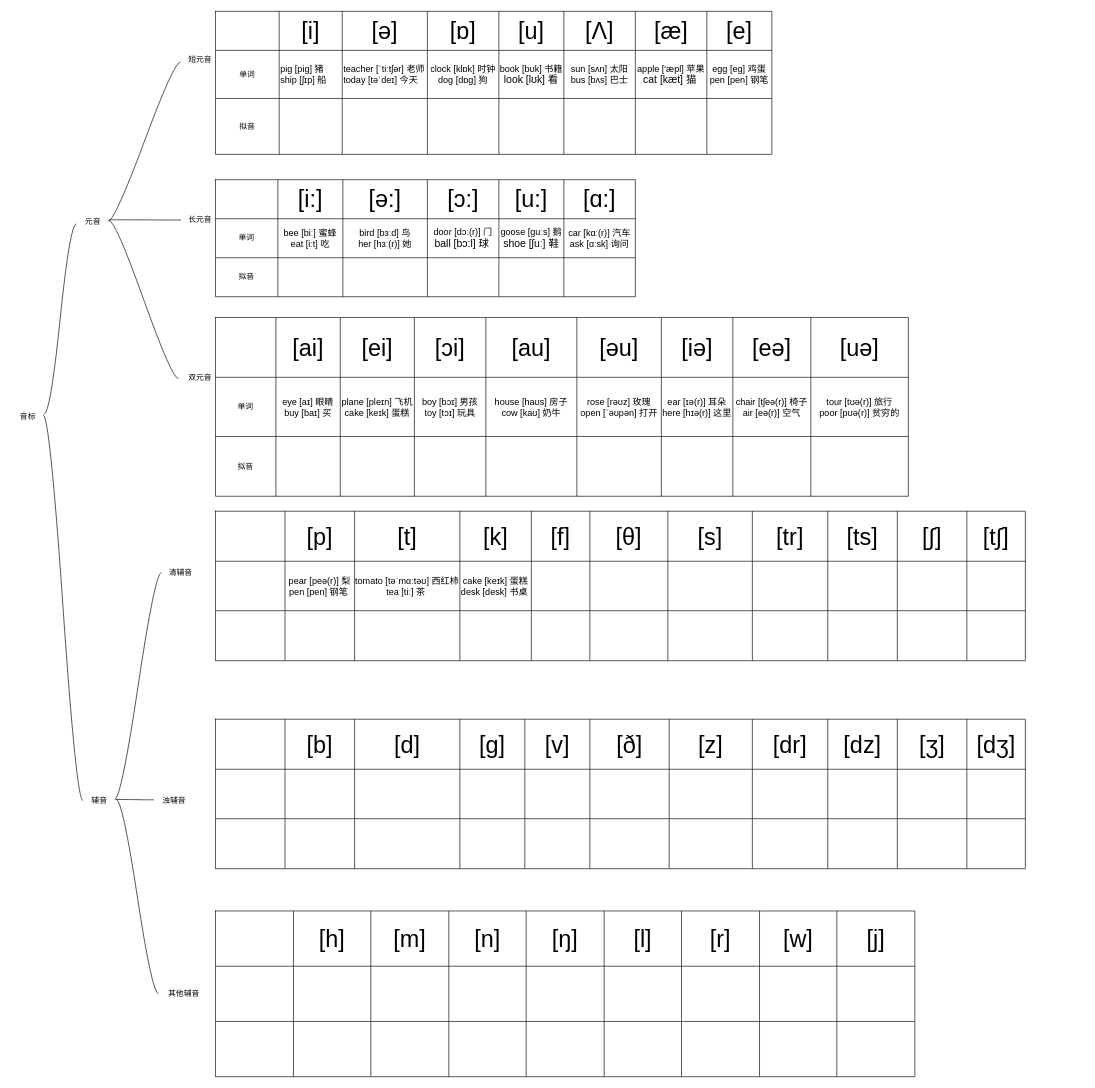
This is page "第 2 页" (2 of 2) of 未命名表单.drawio from gituserc123/HelloWorld, a draw.io file, before an edit. Source tidied: cells renumbered, new cells numbered last; positions are measured from the earlier drawing's top-left corner, leaving out a move shared by most shapes. Both pictures are drawn from the tidied source at 65%, with x=0, y=0 at pixel (11, 11).
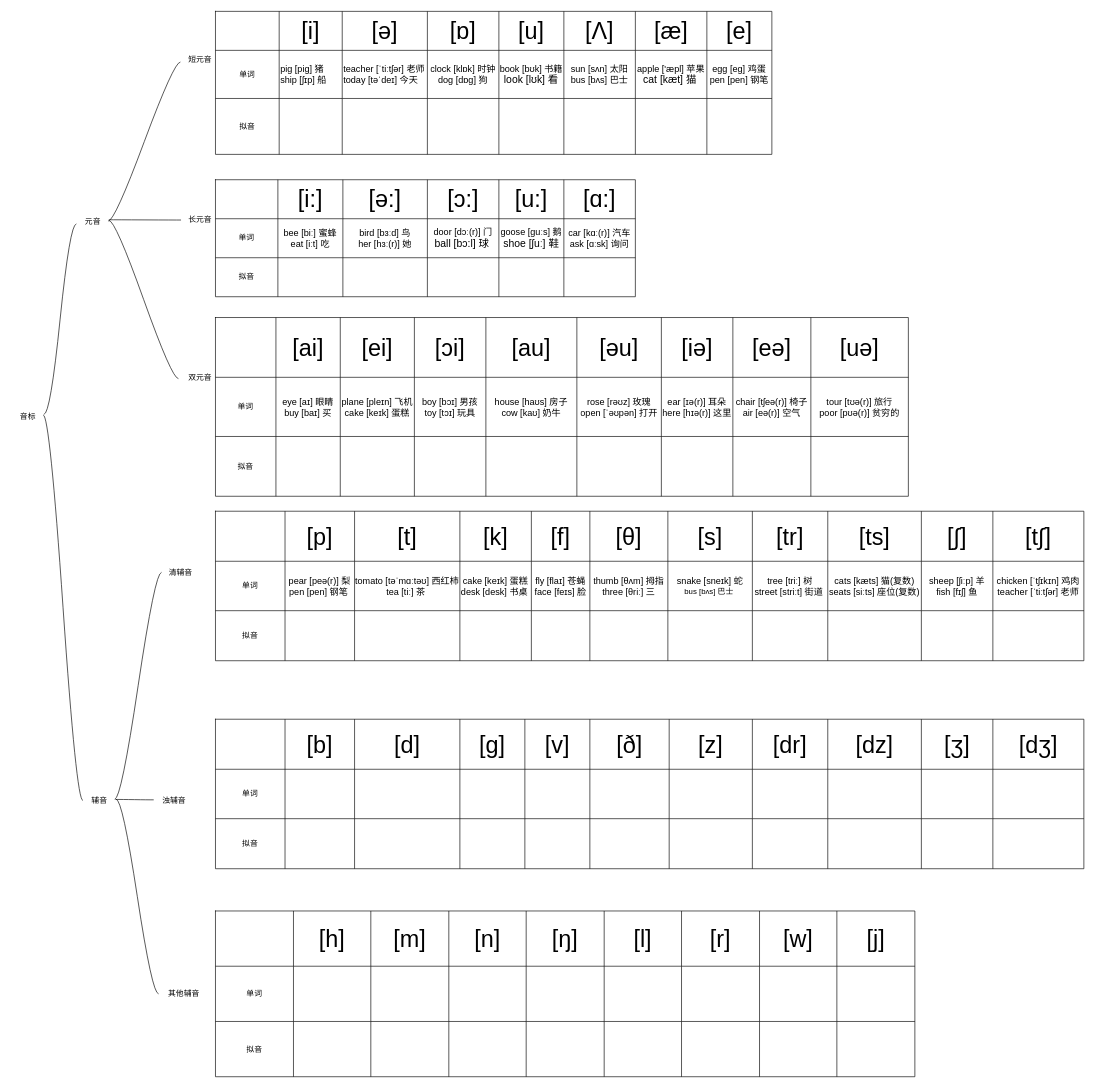
After the change.

Commit message (it also covers changes not shown here):
更新未命名表单.drawio

Unchanged cells that the change refers to:
```xml
<mxCell id="185" style="shape=tableRow;horizontal=0;startSize=0;swimlaneHead=0;swimlaneBody=0;strokeColor=inherit;top=0;left=0;bottom=0;right=0;fillColor=none;" parent="174" vertex="1">
  <mxGeometry y="85" width="1076" height="85" as="geometry" />
</mxCell>
<mxCell id="195" style="shape=tableRow;horizontal=0;startSize=0;swimlaneHead=0;swimlaneBody=0;strokeColor=inherit;top=0;left=0;bottom=0;right=0;fillColor=none;" parent="174" vertex="1">
  <mxGeometry y="170" width="1076" height="85" as="geometry" />
</mxCell>
```

What changed in the source:
```diff
@@
     <mxCell id="95" style="shape=table;startSize=0;childLayout=tableLayout;" parent="1" vertex="1">
-      <mxGeometry x="314" y="769" width="1246" height="230" as="geometry" />
+      <mxGeometry x="314" y="769" width="1336" height="230" as="geometry" />
     </mxCell>
     <mxCell id="96" style="shape=tableRow;horizontal=0;startSize=0;swimlaneHead=0;swimlaneBody=0;strokeColor=inherit;top=0;left=0;bottom=0;right=0;fillColor=none;" parent="95" vertex="1">
-      <mxGeometry width="1246" height="77" as="geometry" />
+      <mxGeometry width="1336" height="77" as="geometry" />
     </mxCell>
@@
     <mxCell id="105" value="&lt;font style=&quot;font-size: 36px;&quot;&gt;[ts]&lt;/font&gt;" style="shape=partialRectangle;html=1;whiteSpace=wrap;strokeColor=inherit;overflow=hidden;fillColor=none;top=0;left=0;bottom=0;right=0;" parent="96" vertex="1">
-      <mxGeometry x="942" width="107" height="77" as="geometry" />
+      <mxGeometry x="942" width="144" height="77" as="geometry" />
     </mxCell>
     <mxCell id="106" value="&lt;font style=&quot;font-size: 36px;&quot;&gt;[∫]&lt;/font&gt;" style="shape=partialRectangle;html=1;whiteSpace=wrap;strokeColor=inherit;overflow=hidden;fillColor=none;top=0;left=0;bottom=0;right=0;" parent="96" vertex="1">
-      <mxGeometry x="1049" width="107" height="77" as="geometry" />
+      <mxGeometry x="1086" width="110" height="77" as="geometry" />
     </mxCell>
     <mxCell id="107" value="&lt;font style=&quot;font-size: 36px;&quot;&gt;[t∫]&lt;/font&gt;" style="shape=partialRectangle;html=1;whiteSpace=wrap;strokeColor=inherit;overflow=hidden;fillColor=none;top=0;left=0;bottom=0;right=0;" parent="96" vertex="1">
-      <mxGeometry x="1156" width="90" height="77" as="geometry" />
+      <mxGeometry x="1196" width="140" height="77" as="geometry" />
     </mxCell>
     <mxCell id="108" style="shape=tableRow;horizontal=0;startSize=0;swimlaneHead=0;swimlaneBody=0;strokeColor=inherit;top=0;left=0;bottom=0;right=0;fillColor=none;" parent="95" vertex="1">
-      <mxGeometry y="77" width="1246" height="76" as="geometry" />
+      <mxGeometry y="77" width="1336" height="76" as="geometry" />
     </mxCell>
-    <mxCell id="109" style="shape=partialRectangle;html=1;whiteSpace=wrap;strokeColor=inherit;overflow=hidden;fillColor=none;top=0;left=0;bottom=0;right=0;" parent="108" vertex="1">
+    <mxCell id="109" value="单词" style="shape=partialRectangle;html=1;whiteSpace=wrap;strokeColor=inherit;overflow=hidden;fillColor=none;top=0;left=0;bottom=0;right=0;" parent="108" vertex="1">
       <mxGeometry width="107" height="76" as="geometry" />
     </mxCell>
@@
-    <mxCell id="113" style="shape=partialRectangle;html=1;whiteSpace=wrap;strokeColor=inherit;overflow=hidden;fillColor=none;top=0;left=0;bottom=0;right=0;" parent="108" vertex="1">
+    <mxCell id="113" value="&lt;div&gt;&lt;font style=&quot;font-size: 14px;&quot;&gt;fly [flaɪ] 苍蝇&lt;/font&gt;&lt;/div&gt;&lt;div&gt;&lt;font style=&quot;font-size: 14px;&quot;&gt;face [feɪs] 脸&lt;/font&gt;&lt;/div&gt;" style="shape=partialRectangle;html=1;whiteSpace=wrap;strokeColor=inherit;overflow=hidden;fillColor=none;top=0;left=0;bottom=0;right=0;" parent="108" vertex="1">
       <mxGeometry x="486" width="90" height="76" as="geometry" />
     </mxCell>
-    <mxCell id="114" style="shape=partialRectangle;html=1;whiteSpace=wrap;strokeColor=inherit;overflow=hidden;fillColor=none;top=0;left=0;bottom=0;right=0;" parent="108" vertex="1">
+    <mxCell id="114" value="&lt;div&gt;&lt;font style=&quot;font-size: 14px;&quot;&gt;thumb [θʌm] 拇指&lt;/font&gt;&lt;/div&gt;&lt;div&gt;&lt;font style=&quot;font-size: 14px;&quot;&gt;three [θriː] 三&lt;/font&gt;&lt;/div&gt;" style="shape=partialRectangle;html=1;whiteSpace=wrap;strokeColor=inherit;overflow=hidden;fillColor=none;top=0;left=0;bottom=0;right=0;" parent="108" vertex="1">
       <mxGeometry x="576" width="120" height="76" as="geometry" />
     </mxCell>
-    <mxCell id="115" style="shape=partialRectangle;html=1;whiteSpace=wrap;strokeColor=inherit;overflow=hidden;fillColor=none;top=0;left=0;bottom=0;right=0;" parent="108" vertex="1">
+    <mxCell id="115" value="&lt;div&gt;&lt;font style=&quot;font-size: 14px;&quot;&gt;snake [sneɪk] 蛇&lt;/font&gt;&lt;/div&gt;&lt;div&gt;bus [bʌs] 巴士&amp;nbsp;&lt;/div&gt;" style="shape=partialRectangle;html=1;whiteSpace=wrap;strokeColor=inherit;overflow=hidden;fillColor=none;top=0;left=0;bottom=0;right=0;" parent="108" vertex="1">
       <mxGeometry x="696" width="130" height="76" as="geometry" />
     </mxCell>
-    <mxCell id="116" style="shape=partialRectangle;html=1;whiteSpace=wrap;strokeColor=inherit;overflow=hidden;fillColor=none;top=0;left=0;bottom=0;right=0;" parent="108" vertex="1">
+    <mxCell id="116" value="&lt;div&gt;&lt;font style=&quot;font-size: 14px;&quot;&gt;tree [triː] 树&lt;/font&gt;&lt;/div&gt;&lt;div&gt;&lt;font style=&quot;font-size: 14px;&quot;&gt;street [striːt] 街道&lt;/font&gt;&amp;nbsp;&lt;/div&gt;" style="shape=partialRectangle;html=1;whiteSpace=wrap;strokeColor=inherit;overflow=hidden;fillColor=none;top=0;left=0;bottom=0;right=0;" parent="108" vertex="1">
       <mxGeometry x="826" width="116" height="76" as="geometry" />
     </mxCell>
-    <mxCell id="117" style="shape=partialRectangle;html=1;whiteSpace=wrap;strokeColor=inherit;overflow=hidden;fillColor=none;top=0;left=0;bottom=0;right=0;" parent="108" vertex="1">
-      <mxGeometry x="942" width="107" height="76" as="geometry" />
+    <mxCell id="117" value="&lt;div&gt;&lt;font style=&quot;font-size: 14px;&quot;&gt;cats [kæts] 猫(复数)&lt;/font&gt;&lt;/div&gt;&lt;div&gt;&lt;font style=&quot;font-size: 14px;&quot;&gt;seats [siːts] 座位(复数)&lt;/font&gt;&lt;/div&gt;" style="shape=partialRectangle;html=1;whiteSpace=wrap;strokeColor=inherit;overflow=hidden;fillColor=none;top=0;left=0;bottom=0;right=0;" parent="108" vertex="1">
+      <mxGeometry x="942" width="144" height="76" as="geometry" />
     </mxCell>
-    <mxCell id="118" style="shape=partialRectangle;html=1;whiteSpace=wrap;strokeColor=inherit;overflow=hidden;fillColor=none;top=0;left=0;bottom=0;right=0;" parent="108" vertex="1">
-      <mxGeometry x="1049" width="107" height="76" as="geometry" />
+    <mxCell id="118" value="&lt;div&gt;&lt;font style=&quot;font-size: 14px;&quot;&gt;sheep [ʃiːp] 羊&lt;/font&gt;&lt;/div&gt;&lt;div&gt;&lt;font style=&quot;font-size: 14px;&quot;&gt;fish [fɪʃ] 鱼&lt;/font&gt;&lt;/div&gt;" style="shape=partialRectangle;html=1;whiteSpace=wrap;strokeColor=inherit;overflow=hidden;fillColor=none;top=0;left=0;bottom=0;right=0;" parent="108" vertex="1">
+      <mxGeometry x="1086" width="110" height="76" as="geometry" />
     </mxCell>
-    <mxCell id="119" style="shape=partialRectangle;html=1;whiteSpace=wrap;strokeColor=inherit;overflow=hidden;fillColor=none;top=0;left=0;bottom=0;right=0;" parent="108" vertex="1">
-      <mxGeometry x="1156" width="90" height="76" as="geometry" />
+    <mxCell id="119" value="&lt;div&gt;&lt;font style=&quot;font-size: 14px;&quot;&gt;chicken [ˈtʃɪkɪn] 鸡肉&lt;/font&gt;&lt;/div&gt;&lt;div&gt;&lt;font style=&quot;font-size: 14px;&quot;&gt;teacher [ˈtiːtʃər] 老师&lt;/font&gt;&lt;/div&gt;" style="shape=partialRectangle;html=1;whiteSpace=wrap;strokeColor=inherit;overflow=hidden;fillColor=none;top=0;left=0;bottom=0;right=0;" parent="108" vertex="1">
+      <mxGeometry x="1196" width="140" height="76" as="geometry" />
     </mxCell>
     <mxCell id="120" style="shape=tableRow;horizontal=0;startSize=0;swimlaneHead=0;swimlaneBody=0;strokeColor=inherit;top=0;left=0;bottom=0;right=0;fillColor=none;" parent="95" vertex="1">
-      <mxGeometry y="153" width="1246" height="77" as="geometry" />
+      <mxGeometry y="153" width="1336" height="77" as="geometry" />
     </mxCell>
-    <mxCell id="121" style="shape=partialRectangle;html=1;whiteSpace=wrap;strokeColor=inherit;overflow=hidden;fillColor=none;top=0;left=0;bottom=0;right=0;" parent="120" vertex="1">
+    <mxCell id="121" value="拟音" style="shape=partialRectangle;html=1;whiteSpace=wrap;strokeColor=inherit;overflow=hidden;fillColor=none;top=0;left=0;bottom=0;right=0;" parent="120" vertex="1">
       <mxGeometry width="107" height="77" as="geometry" />
     </mxCell>
@@
     <mxCell id="129" style="shape=partialRectangle;html=1;whiteSpace=wrap;strokeColor=inherit;overflow=hidden;fillColor=none;top=0;left=0;bottom=0;right=0;" parent="120" vertex="1">
-      <mxGeometry x="942" width="107" height="77" as="geometry" />
+      <mxGeometry x="942" width="144" height="77" as="geometry" />
     </mxCell>
     <mxCell id="130" style="shape=partialRectangle;html=1;whiteSpace=wrap;strokeColor=inherit;overflow=hidden;fillColor=none;top=0;left=0;bottom=0;right=0;" parent="120" vertex="1">
-      <mxGeometry x="1049" width="107" height="77" as="geometry" />
+      <mxGeometry x="1086" width="110" height="77" as="geometry" />
     </mxCell>
     <mxCell id="131" style="shape=partialRectangle;html=1;whiteSpace=wrap;strokeColor=inherit;overflow=hidden;fillColor=none;top=0;left=0;bottom=0;right=0;" parent="120" vertex="1">
-      <mxGeometry x="1156" width="90" height="77" as="geometry" />
+      <mxGeometry x="1196" width="140" height="77" as="geometry" />
     </mxCell>
@@
     <mxCell id="137" style="shape=table;startSize=0;childLayout=tableLayout;" parent="1" vertex="1">
-      <mxGeometry x="314" y="1089" width="1246" height="230" as="geometry" />
+      <mxGeometry x="314" y="1089" width="1336" height="230" as="geometry" />
     </mxCell>
     <mxCell id="138" style="shape=tableRow;horizontal=0;startSize=0;swimlaneHead=0;swimlaneBody=0;strokeColor=inherit;top=0;left=0;bottom=0;right=0;fillColor=none;" parent="137" vertex="1">
-      <mxGeometry width="1246" height="77" as="geometry" />
+      <mxGeometry width="1336" height="77" as="geometry" />
     </mxCell>
@@
     <mxCell id="147" value="&lt;font style=&quot;font-size: 36px;&quot;&gt;[dz]&lt;/font&gt;" style="shape=partialRectangle;html=1;whiteSpace=wrap;strokeColor=inherit;overflow=hidden;fillColor=none;top=0;left=0;bottom=0;right=0;" parent="138" vertex="1">
-      <mxGeometry x="942" width="107" height="77" as="geometry" />
+      <mxGeometry x="942" width="144" height="77" as="geometry" />
     </mxCell>
     <mxCell id="148" value="&lt;font style=&quot;font-size: 36px;&quot;&gt;[ʒ]&lt;/font&gt;" style="shape=partialRectangle;html=1;whiteSpace=wrap;strokeColor=inherit;overflow=hidden;fillColor=none;top=0;left=0;bottom=0;right=0;" parent="138" vertex="1">
-      <mxGeometry x="1049" width="107" height="77" as="geometry" />
+      <mxGeometry x="1086" width="110" height="77" as="geometry" />
     </mxCell>
     <mxCell id="149" value="&lt;font style=&quot;font-size: 36px;&quot;&gt;[dʒ]&lt;/font&gt;" style="shape=partialRectangle;html=1;whiteSpace=wrap;strokeColor=inherit;overflow=hidden;fillColor=none;top=0;left=0;bottom=0;right=0;" parent="138" vertex="1">
-      <mxGeometry x="1156" width="90" height="77" as="geometry" />
+      <mxGeometry x="1196" width="140" height="77" as="geometry" />
     </mxCell>
     <mxCell id="150" style="shape=tableRow;horizontal=0;startSize=0;swimlaneHead=0;swimlaneBody=0;strokeColor=inherit;top=0;left=0;bottom=0;right=0;fillColor=none;" parent="137" vertex="1">
-      <mxGeometry y="77" width="1246" height="76" as="geometry" />
+      <mxGeometry y="77" width="1336" height="76" as="geometry" />
     </mxCell>
-    <mxCell id="151" style="shape=partialRectangle;html=1;whiteSpace=wrap;strokeColor=inherit;overflow=hidden;fillColor=none;top=0;left=0;bottom=0;right=0;" parent="150" vertex="1">
+    <mxCell id="151" value="单词" style="shape=partialRectangle;html=1;whiteSpace=wrap;strokeColor=inherit;overflow=hidden;fillColor=none;top=0;left=0;bottom=0;right=0;" parent="150" vertex="1">
       <mxGeometry width="107" height="76" as="geometry" />
     </mxCell>
@@
     <mxCell id="159" style="shape=partialRectangle;html=1;whiteSpace=wrap;strokeColor=inherit;overflow=hidden;fillColor=none;top=0;left=0;bottom=0;right=0;" parent="150" vertex="1">
-      <mxGeometry x="942" width="107" height="76" as="geometry" />
+      <mxGeometry x="942" width="144" height="76" as="geometry" />
     </mxCell>
     <mxCell id="160" style="shape=partialRectangle;html=1;whiteSpace=wrap;strokeColor=inherit;overflow=hidden;fillColor=none;top=0;left=0;bottom=0;right=0;" parent="150" vertex="1">
-      <mxGeometry x="1049" width="107" height="76" as="geometry" />
+      <mxGeometry x="1086" width="110" height="76" as="geometry" />
     </mxCell>
     <mxCell id="161" style="shape=partialRectangle;html=1;whiteSpace=wrap;strokeColor=inherit;overflow=hidden;fillColor=none;top=0;left=0;bottom=0;right=0;" parent="150" vertex="1">
-      <mxGeometry x="1156" width="90" height="76" as="geometry" />
+      <mxGeometry x="1196" width="140" height="76" as="geometry" />
     </mxCell>
     <mxCell id="162" style="shape=tableRow;horizontal=0;startSize=0;swimlaneHead=0;swimlaneBody=0;strokeColor=inherit;top=0;left=0;bottom=0;right=0;fillColor=none;" parent="137" vertex="1">
-      <mxGeometry y="153" width="1246" height="77" as="geometry" />
+      <mxGeometry y="153" width="1336" height="77" as="geometry" />
     </mxCell>
-    <mxCell id="163" style="shape=partialRectangle;html=1;whiteSpace=wrap;strokeColor=inherit;overflow=hidden;fillColor=none;top=0;left=0;bottom=0;right=0;" parent="162" vertex="1">
+    <mxCell id="163" value="拟音" style="shape=partialRectangle;html=1;whiteSpace=wrap;strokeColor=inherit;overflow=hidden;fillColor=none;top=0;left=0;bottom=0;right=0;" parent="162" vertex="1">
       <mxGeometry width="107" height="77" as="geometry" />
     </mxCell>
@@
     <mxCell id="171" style="shape=partialRectangle;html=1;whiteSpace=wrap;strokeColor=inherit;overflow=hidden;fillColor=none;top=0;left=0;bottom=0;right=0;" parent="162" vertex="1">
-      <mxGeometry x="942" width="107" height="77" as="geometry" />
+      <mxGeometry x="942" width="144" height="77" as="geometry" />
     </mxCell>
     <mxCell id="172" style="shape=partialRectangle;html=1;whiteSpace=wrap;strokeColor=inherit;overflow=hidden;fillColor=none;top=0;left=0;bottom=0;right=0;" parent="162" vertex="1">
-      <mxGeometry x="1049" width="107" height="77" as="geometry" />
+      <mxGeometry x="1086" width="110" height="77" as="geometry" />
     </mxCell>
     <mxCell id="173" style="shape=partialRectangle;html=1;whiteSpace=wrap;strokeColor=inherit;overflow=hidden;fillColor=none;top=0;left=0;bottom=0;right=0;" parent="162" vertex="1">
-      <mxGeometry x="1156" width="90" height="77" as="geometry" />
+      <mxGeometry x="1196" width="140" height="77" as="geometry" />
     </mxCell>
@@
-    <mxCell id="186" style="shape=partialRectangle;html=1;whiteSpace=wrap;strokeColor=inherit;overflow=hidden;fillColor=none;top=0;left=0;bottom=0;right=0;" parent="185" vertex="1">
+    <mxCell id="186" value="单词" style="shape=partialRectangle;html=1;whiteSpace=wrap;strokeColor=inherit;overflow=hidden;fillColor=none;top=0;left=0;bottom=0;right=0;" parent="185" vertex="1">
       <mxGeometry width="120" height="85" as="geometry" />
     </mxCell>
@@
-    <mxCell id="196" style="shape=partialRectangle;html=1;whiteSpace=wrap;strokeColor=inherit;overflow=hidden;fillColor=none;top=0;left=0;bottom=0;right=0;" parent="195" vertex="1">
+    <mxCell id="196" value="拟音" style="shape=partialRectangle;html=1;whiteSpace=wrap;strokeColor=inherit;overflow=hidden;fillColor=none;top=0;left=0;bottom=0;right=0;" parent="195" vertex="1">
       <mxGeometry width="120" height="85" as="geometry" />
     </mxCell>
```
